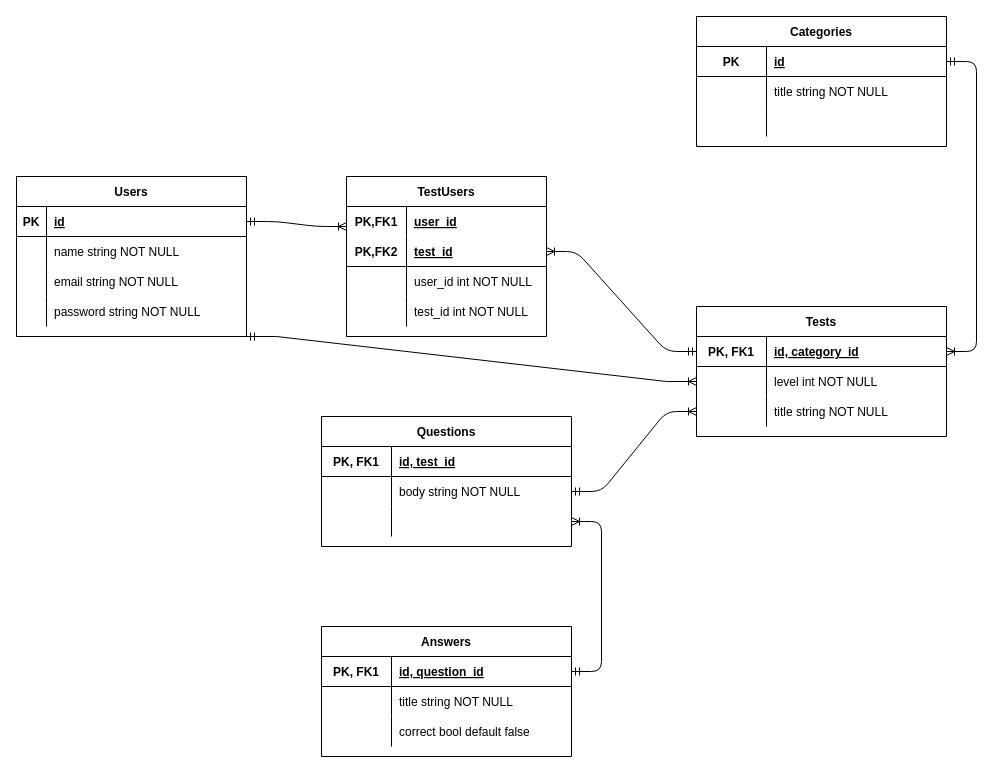
Earlier version of the draw.io diagram Untitled Diagram.drawio (forzamaks/testGuru). Source tidied: cells renumbered, new cells numbered last; positions are measured from the earlier drawing's top-left corner, leaving out a move shared by most shapes. Both pictures are drawn from the tidied source at 100%, with x=0, y=0 at pixel (16, 16).
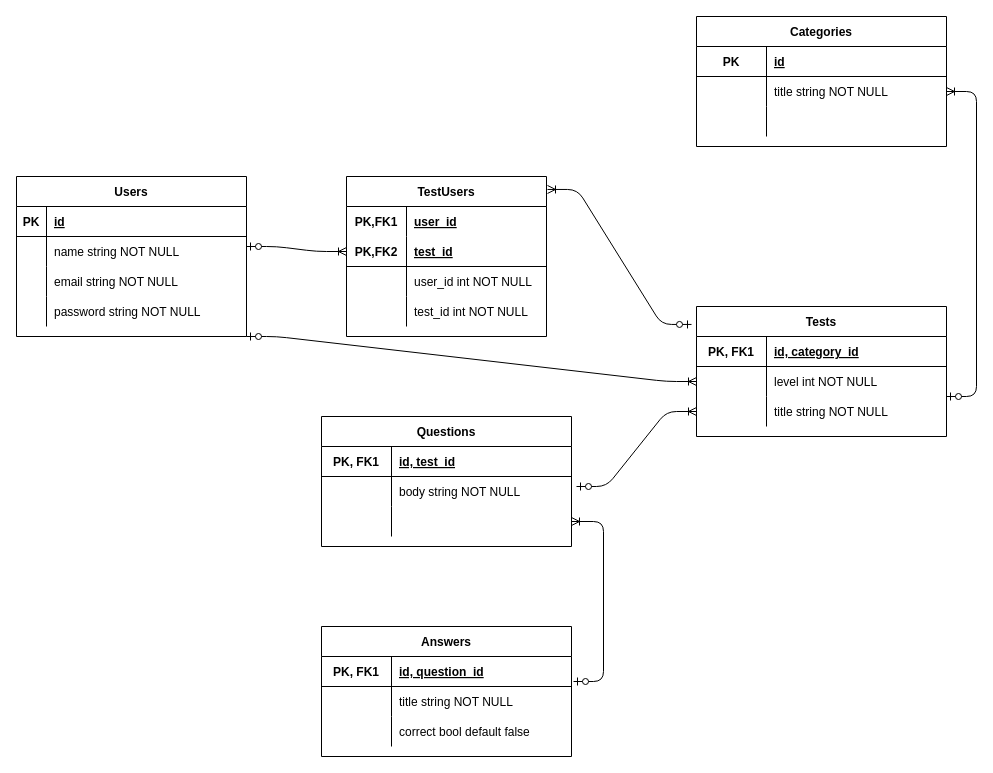
The same diagram, later.

Unchanged cells that the change refers to:
```xml
<mxCell id="2" value="Users" style="shape=table;startSize=30;childLayout=tableLayout;rowLines=0;fontStyle=1;align=center;" parent="1" vertex="1">
  <mxGeometry y="160" width="230" height="160" as="geometry" />
</mxCell>
<mxCell id="3" style="shape=partialRectangle;fillColor=none;top=0;left=0;bottom=1;right=0;points=[[0,0.5],[1,0.5]];portConstraint=eastwest;" parent="2" vertex="1">
  <mxGeometry y="30" width="230" height="30" as="geometry" />
</mxCell>
<mxCell id="15" value="TestUsers" style="shape=table;startSize=30;childLayout=tableLayout;rowLines=0;fontStyle=1;align=center;" parent="1" vertex="1">
  <mxGeometry x="330" y="160" width="200" height="160" as="geometry" />
</mxCell>
<mxCell id="19" style="shape=partialRectangle;fillColor=none;top=0;left=0;bottom=1;right=0;points=[[0,0.5],[1,0.5]];portConstraint=eastwest;" parent="15" vertex="1">
  <mxGeometry y="60" width="200" height="30" as="geometry" />
</mxCell>
<mxCell id="29" value="Tests" style="shape=table;startSize=30;childLayout=tableLayout;rowLines=0;fontStyle=1;align=center;" parent="1" vertex="1">
  <mxGeometry x="680" y="290" width="250" height="130" as="geometry" />
</mxCell>
<mxCell id="30" style="shape=partialRectangle;fillColor=none;top=0;left=0;bottom=1;right=0;points=[[0,0.5],[1,0.5]];portConstraint=eastwest;" parent="29" vertex="1">
  <mxGeometry y="30" width="250" height="30" as="geometry" />
</mxCell>
<mxCell id="33" style="shape=partialRectangle;fillColor=none;top=0;left=0;bottom=0;right=0;points=[[0,0.5],[1,0.5]];portConstraint=eastwest;" parent="29" vertex="1">
  <mxGeometry y="60" width="250" height="30" as="geometry" />
</mxCell>
<mxCell id="36" style="shape=partialRectangle;fillColor=none;top=0;left=0;bottom=0;right=0;points=[[0,0.5],[1,0.5]];portConstraint=eastwest;" parent="29" vertex="1">
  <mxGeometry y="90" width="250" height="30" as="geometry" />
</mxCell>
<mxCell id="41" style="shape=partialRectangle;fillColor=none;top=0;left=0;bottom=1;right=0;points=[[0,0.5],[1,0.5]];portConstraint=eastwest;" parent="40" vertex="1">
  <mxGeometry y="30" width="250" height="30" as="geometry" />
</mxCell>
<mxCell id="44" style="shape=partialRectangle;fillColor=none;top=0;left=0;bottom=0;right=0;points=[[0,0.5],[1,0.5]];portConstraint=eastwest;" parent="40" vertex="1">
  <mxGeometry y="60" width="250" height="30" as="geometry" />
</mxCell>
<mxCell id="55" style="shape=partialRectangle;fillColor=none;top=0;left=0;bottom=0;right=0;points=[[0,0.5],[1,0.5]];portConstraint=eastwest;" parent="51" vertex="1">
  <mxGeometry y="60" width="250" height="30" as="geometry" />
</mxCell>
<mxCell id="58" style="shape=partialRectangle;fillColor=none;top=0;left=0;bottom=0;right=0;points=[[0,0.5],[1,0.5]];portConstraint=eastwest;" parent="51" vertex="1">
  <mxGeometry y="90" width="250" height="30" as="geometry" />
</mxCell>
<mxCell id="63" style="shape=partialRectangle;fillColor=none;top=0;left=0;bottom=1;right=0;points=[[0,0.5],[1,0.5]];portConstraint=eastwest;" parent="62" vertex="1">
  <mxGeometry y="30" width="250" height="30" as="geometry" />
</mxCell>
```

The edit, as a diff of the source:
```diff
@@
-    <mxCell id="28" style="edgeStyle=entityRelationEdgeStyle;fontSize=12;html=1;endArrow=ERoneToMany;startArrow=ERmandOne;entryX=0;entryY=0.131;entryDx=0;entryDy=0;entryPerimeter=0;exitX=1;exitY=0.5;exitDx=0;exitDy=0;" parent="1" edge="1" source="3">
-      <mxGeometry relative="1" as="geometry">
-        <mxPoint x="330" y="210" as="targetPoint" />
-      </mxGeometry>
-    </mxCell>
@@
-    <mxCell id="39" style="edgeStyle=entityRelationEdgeStyle;fontSize=12;html=1;endArrow=ERoneToMany;startArrow=ERmandOne;entryX=1;entryY=0.5;entryDx=0;entryDy=0;exitX=0;exitY=0.5;exitDx=0;exitDy=0;" parent="1" edge="1" source="30" target="19">
-      <mxGeometry relative="1" as="geometry" />
-    </mxCell>
@@
-    <mxCell id="50" style="edgeStyle=entityRelationEdgeStyle;fontSize=12;html=1;endArrow=ERoneToMany;startArrow=ERmandOne;exitX=1;exitY=0.5;exitDx=0;exitDy=0;entryX=1;entryY=0.5;entryDx=0;entryDy=0;" parent="1" edge="1" source="41" target="30">
-      <mxGeometry relative="1" as="geometry" />
-    </mxCell>
@@
-    <mxCell id="61" style="edgeStyle=entityRelationEdgeStyle;fontSize=12;html=1;endArrow=ERoneToMany;startArrow=ERmandOne;exitX=1;exitY=0.5;exitDx=0;exitDy=0;entryX=0;entryY=0.5;entryDx=0;entryDy=0;" parent="1" edge="1" source="55" target="36">
-      <mxGeometry relative="1" as="geometry" />
-    </mxCell>
@@
-    <mxCell id="72" style="edgeStyle=entityRelationEdgeStyle;fontSize=12;html=1;endArrow=ERoneToMany;startArrow=ERmandOne;exitX=1;exitY=0.5;exitDx=0;exitDy=0;entryX=1;entryY=0.5;entryDx=0;entryDy=0;" parent="1" edge="1" source="63" target="58">
-      <mxGeometry relative="1" as="geometry" />
-    </mxCell>
+    <mxCell id="74" style="edgeStyle=entityRelationEdgeStyle;fontSize=12;html=1;endArrow=ERoneToMany;startArrow=ERzeroToOne;entryX=0;entryY=0.5;entryDx=0;entryDy=0;" parent="1" edge="1" target="19">
+      <mxGeometry relative="1" as="geometry">
+        <mxPoint x="230" y="230" as="sourcePoint" />
+      </mxGeometry>
+    </mxCell>
+    <mxCell id="75" style="edgeStyle=entityRelationEdgeStyle;fontSize=12;html=1;endArrow=ERoneToMany;startArrow=ERzeroToOne;entryX=1;entryY=0.5;entryDx=0;entryDy=0;" parent="1" edge="1" target="58">
+      <mxGeometry relative="1" as="geometry">
+        <mxPoint x="557" y="665" as="sourcePoint" />
+      </mxGeometry>
+    </mxCell>
+    <mxCell id="76" style="edgeStyle=entityRelationEdgeStyle;fontSize=12;html=1;endArrow=ERoneToMany;startArrow=ERzeroToOne;entryX=0;entryY=0.5;entryDx=0;entryDy=0;" parent="1" edge="1" target="36">
+      <mxGeometry relative="1" as="geometry">
+        <mxPoint x="560" y="470" as="sourcePoint" />
+      </mxGeometry>
+    </mxCell>
-    <mxCell id="73" style="edgeStyle=entityRelationEdgeStyle;fontSize=12;html=1;endArrow=ERoneToMany;startArrow=ERmandOne;entryX=0;entryY=0.5;entryDx=0;entryDy=0;exitX=1;exitY=1;exitDx=0;exitDy=0;rounded=0;" parent="1" edge="1" source="2" target="33">
+    <mxCell id="73" style="edgeStyle=entityRelationEdgeStyle;fontSize=12;html=1;endArrow=ERoneToMany;startArrow=ERzeroToOne;exitX=1;exitY=1;exitDx=0;exitDy=0;entryX=0;entryY=0.5;entryDx=0;entryDy=0;" parent="1" edge="1" source="2" target="33">
       <mxGeometry relative="1" as="geometry" />
     </mxCell>
+    <mxCell id="77" style="edgeStyle=entityRelationEdgeStyle;fontSize=12;html=1;endArrow=ERoneToMany;startArrow=ERzeroToOne;exitX=-0.02;exitY=0.138;exitDx=0;exitDy=0;exitPerimeter=0;entryX=1.005;entryY=0.081;entryDx=0;entryDy=0;entryPerimeter=0;" parent="1" edge="1" source="29" target="15">
+      <mxGeometry relative="1" as="geometry" />
+    </mxCell>
+    <mxCell id="78" style="edgeStyle=entityRelationEdgeStyle;fontSize=12;html=1;endArrow=ERoneToMany;startArrow=ERzeroToOne;entryX=1;entryY=0.5;entryDx=0;entryDy=0;" parent="1" edge="1" target="44">
+      <mxGeometry relative="1" as="geometry">
+        <mxPoint x="930" y="380" as="sourcePoint" />
+      </mxGeometry>
+    </mxCell>
```
